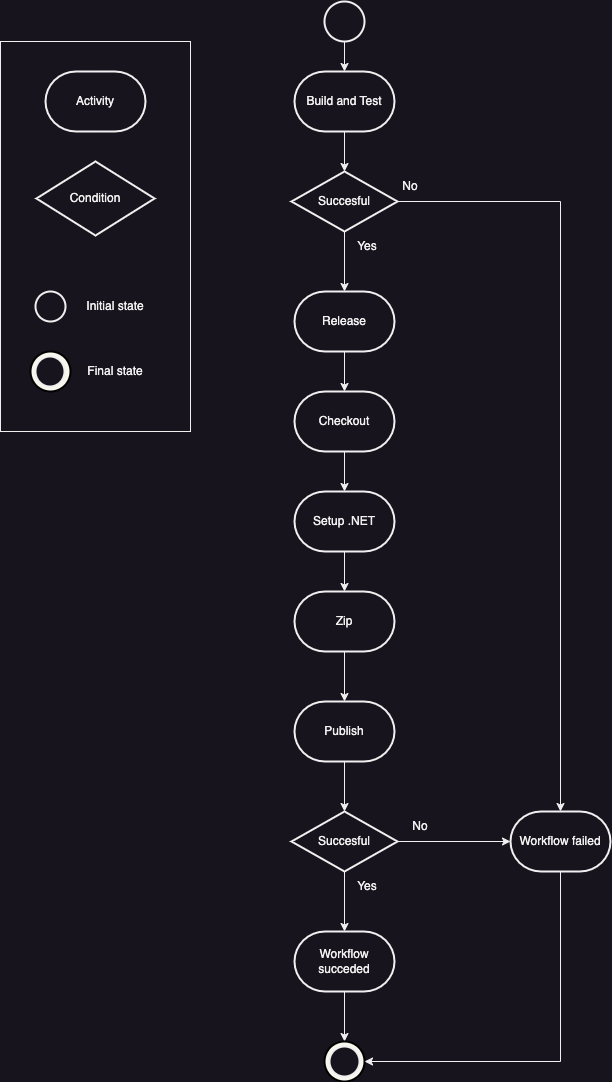
This is docs/images/Release.drawio.png from ITU-BDSA23-GROUP8/Chirp, a draw.io export, as it was before one commit. Source tidied: cells renumbered, new cells last; positions are measured from the earlier drawing's top-left corner, leaving out a move shared by most shapes. Its diagram source:
```xml
<mxGraphModel>
  <root>
    <mxCell id="0" />
    <mxCell id="1" parent="0" />
    <mxCell id="2" value="Build and Test" style="strokeWidth=2;html=1;shape=mxgraph.flowchart.terminator;whiteSpace=wrap;" parent="1" vertex="1">
      <mxGeometry x="294" y="70" width="100" height="60" as="geometry" />
    </mxCell>
    <mxCell id="3" style="edgeStyle=orthogonalEdgeStyle;rounded=0;jettySize=auto;html=1;entryX=0.5;entryY=0;entryDx=0;entryDy=0;entryPerimeter=0;" parent="1" edge="1" target="2">
      <mxGeometry relative="1" as="geometry">
        <mxPoint x="344" y="40" as="sourcePoint" />
      </mxGeometry>
    </mxCell>
    <mxCell id="4" style="edgeStyle=orthogonalEdgeStyle;rounded=0;jettySize=auto;html=1;" parent="1" edge="1" source="6" target="9">
      <mxGeometry relative="1" as="geometry" />
    </mxCell>
    <mxCell id="5" style="edgeStyle=orthogonalEdgeStyle;rounded=0;jettySize=auto;html=1;" parent="1" edge="1" source="6" target="18">
      <mxGeometry relative="1" as="geometry" />
    </mxCell>
    <mxCell id="6" value="Succesful" style="strokeWidth=2;html=1;shape=mxgraph.flowchart.decision;whiteSpace=wrap;" parent="1" vertex="1">
      <mxGeometry x="291" y="170" width="106" height="60" as="geometry" />
    </mxCell>
    <mxCell id="7" style="edgeStyle=orthogonalEdgeStyle;rounded=0;jettySize=auto;html=1;entryX=0.5;entryY=0;entryDx=0;entryDy=0;entryPerimeter=0;" parent="1" edge="1" source="2" target="6">
      <mxGeometry relative="1" as="geometry" />
    </mxCell>
    <mxCell id="8" style="edgeStyle=orthogonalEdgeStyle;rounded=0;jettySize=auto;html=1;" parent="1" edge="1" source="9" target="11">
      <mxGeometry relative="1" as="geometry" />
    </mxCell>
    <mxCell id="9" value="Release" style="strokeWidth=2;html=1;shape=mxgraph.flowchart.terminator;whiteSpace=wrap;" parent="1" vertex="1">
      <mxGeometry x="294" y="290" width="100" height="60" as="geometry" />
    </mxCell>
    <mxCell id="10" style="edgeStyle=orthogonalEdgeStyle;rounded=0;jettySize=auto;html=1;" parent="1" edge="1" source="11" target="13">
      <mxGeometry relative="1" as="geometry" />
    </mxCell>
    <mxCell id="11" value="Checkout" style="strokeWidth=2;html=1;shape=mxgraph.flowchart.terminator;whiteSpace=wrap;" parent="1" vertex="1">
      <mxGeometry x="294" y="390" width="100" height="60" as="geometry" />
    </mxCell>
    <mxCell id="12" style="edgeStyle=orthogonalEdgeStyle;rounded=0;jettySize=auto;html=1;" parent="1" edge="1" source="13" target="15">
      <mxGeometry relative="1" as="geometry" />
    </mxCell>
    <mxCell id="13" value="Setup .NET" style="strokeWidth=2;html=1;shape=mxgraph.flowchart.terminator;whiteSpace=wrap;" parent="1" vertex="1">
      <mxGeometry x="294" y="490" width="100" height="60" as="geometry" />
    </mxCell>
    <mxCell id="14" style="edgeStyle=orthogonalEdgeStyle;rounded=0;jettySize=auto;html=1;" parent="1" edge="1" source="15" target="17">
      <mxGeometry relative="1" as="geometry" />
    </mxCell>
    <mxCell id="15" value="Zip" style="strokeWidth=2;html=1;shape=mxgraph.flowchart.terminator;whiteSpace=wrap;" parent="1" vertex="1">
      <mxGeometry x="294" y="590" width="100" height="60" as="geometry" />
    </mxCell>
    <mxCell id="16" style="edgeStyle=orthogonalEdgeStyle;rounded=0;jettySize=auto;html=1;" parent="1" edge="1" source="17" target="23">
      <mxGeometry relative="1" as="geometry" />
    </mxCell>
    <mxCell id="17" value="Publish" style="strokeWidth=2;html=1;shape=mxgraph.flowchart.terminator;whiteSpace=wrap;" parent="1" vertex="1">
      <mxGeometry x="294" y="700" width="100" height="60" as="geometry" />
    </mxCell>
    <mxCell id="18" value="Workflow failed" style="strokeWidth=2;html=1;shape=mxgraph.flowchart.terminator;whiteSpace=wrap;" parent="1" vertex="1">
      <mxGeometry x="510" y="810" width="100" height="60" as="geometry" />
    </mxCell>
    <mxCell id="19" style="edgeStyle=orthogonalEdgeStyle;rounded=0;jettySize=auto;html=1;entryX=0.5;entryY=0;entryDx=0;entryDy=0;entryPerimeter=0;" parent="1" edge="1" source="20" target="25">
      <mxGeometry relative="1" as="geometry" />
    </mxCell>
    <mxCell id="20" value="Workflow succeded" style="strokeWidth=2;html=1;shape=mxgraph.flowchart.terminator;whiteSpace=wrap;" parent="1" vertex="1">
      <mxGeometry x="294" y="930" width="100" height="60" as="geometry" />
    </mxCell>
    <mxCell id="21" style="edgeStyle=orthogonalEdgeStyle;rounded=0;jettySize=auto;html=1;" parent="1" edge="1" source="23" target="20">
      <mxGeometry relative="1" as="geometry" />
    </mxCell>
    <mxCell id="22" style="edgeStyle=orthogonalEdgeStyle;rounded=0;jettySize=auto;html=1;" parent="1" edge="1" source="23" target="18">
      <mxGeometry relative="1" as="geometry" />
    </mxCell>
    <mxCell id="23" value="Succesful" style="strokeWidth=2;html=1;shape=mxgraph.flowchart.decision;whiteSpace=wrap;" parent="1" vertex="1">
      <mxGeometry x="291" y="810" width="106" height="60" as="geometry" />
    </mxCell>
    <mxCell id="24" style="strokeWidth=2;html=1;shape=mxgraph.flowchart.start_2;whiteSpace=wrap;" parent="1" vertex="1">
      <mxGeometry x="324" width="40" height="40" as="geometry" />
    </mxCell>
    <mxCell id="25" style="strokeWidth=2;html=1;shape=mxgraph.flowchart.start_2;whiteSpace=wrap;fillColor=#f9f7ed;strokeColor=#000000;" parent="1" vertex="1">
      <mxGeometry x="324" y="1040" width="40" height="40" as="geometry" />
    </mxCell>
    <mxCell id="26" style="strokeWidth=2;html=1;shape=mxgraph.flowchart.start_2;whiteSpace=wrap;" parent="1" vertex="1">
      <mxGeometry x="329" y="1045" width="30" height="30" as="geometry" />
    </mxCell>
    <mxCell id="27" style="edgeStyle=orthogonalEdgeStyle;rounded=0;jettySize=auto;html=1;entryX=1;entryY=0.5;entryDx=0;entryDy=0;entryPerimeter=0;exitX=0.5;exitY=1;exitDx=0;exitDy=0;exitPerimeter=0;" parent="1" edge="1" source="18" target="25">
      <mxGeometry relative="1" as="geometry" />
    </mxCell>
    <mxCell id="28" value="Yes" style="text;html=1;strokeColor=none;fillColor=none;align=center;verticalAlign=middle;whiteSpace=wrap;rounded=0;" parent="1" vertex="1">
      <mxGeometry x="337" y="230" width="60" height="30" as="geometry" />
    </mxCell>
    <mxCell id="29" value="Yes" style="text;html=1;strokeColor=none;fillColor=none;align=center;verticalAlign=middle;whiteSpace=wrap;rounded=0;" parent="1" vertex="1">
      <mxGeometry x="337" y="870" width="60" height="30" as="geometry" />
    </mxCell>
    <mxCell id="30" value="No" style="text;html=1;strokeColor=none;fillColor=none;align=center;verticalAlign=middle;whiteSpace=wrap;rounded=0;" parent="1" vertex="1">
      <mxGeometry x="380" y="170" width="60" height="30" as="geometry" />
    </mxCell>
    <mxCell id="31" value="No" style="text;html=1;strokeColor=none;fillColor=none;align=center;verticalAlign=middle;whiteSpace=wrap;rounded=0;" parent="1" vertex="1">
      <mxGeometry x="390" y="810" width="60" height="30" as="geometry" />
    </mxCell>
    <mxCell id="32" style="rounded=0;whiteSpace=wrap;html=1;fillColor=none;" parent="1" vertex="1">
      <mxGeometry y="40" width="190" height="390" as="geometry" />
    </mxCell>
    <mxCell id="33" value="Condition" style="strokeWidth=2;html=1;shape=mxgraph.flowchart.decision;whiteSpace=wrap;" parent="1" vertex="1">
      <mxGeometry x="35.9" y="160" width="118.1" height="74" as="geometry" />
    </mxCell>
    <mxCell id="34" style="strokeWidth=2;html=1;shape=mxgraph.flowchart.start_2;whiteSpace=wrap;" parent="1" vertex="1">
      <mxGeometry x="35" y="290" width="30" height="30" as="geometry" />
    </mxCell>
    <mxCell id="35" value="Initial state" style="text;html=1;strokeColor=none;fillColor=none;align=center;verticalAlign=middle;whiteSpace=wrap;rounded=0;" parent="1" vertex="1">
      <mxGeometry x="85" y="290" width="60" height="30" as="geometry" />
    </mxCell>
    <mxCell id="36" value="Final state" style="text;html=1;strokeColor=none;fillColor=none;align=center;verticalAlign=middle;whiteSpace=wrap;rounded=0;" parent="1" vertex="1">
      <mxGeometry x="85" y="355" width="60" height="30" as="geometry" />
    </mxCell>
    <mxCell id="37" value="Activity" style="strokeWidth=2;html=1;shape=mxgraph.flowchart.terminator;whiteSpace=wrap;" parent="1" vertex="1">
      <mxGeometry x="45" y="70" width="100" height="60" as="geometry" />
    </mxCell>
    <mxCell id="38" style="strokeWidth=2;html=1;shape=mxgraph.flowchart.start_2;whiteSpace=wrap;fillColor=#f9f7ed;strokeColor=#000000;" parent="1" vertex="1">
      <mxGeometry x="30" y="350" width="40" height="40" as="geometry" />
    </mxCell>
    <mxCell id="39" style="strokeWidth=2;html=1;shape=mxgraph.flowchart.start_2;whiteSpace=wrap;" parent="1" vertex="1">
      <mxGeometry x="35" y="355" width="29" height="30" as="geometry" />
    </mxCell>
  </root>
</mxGraphModel>
```
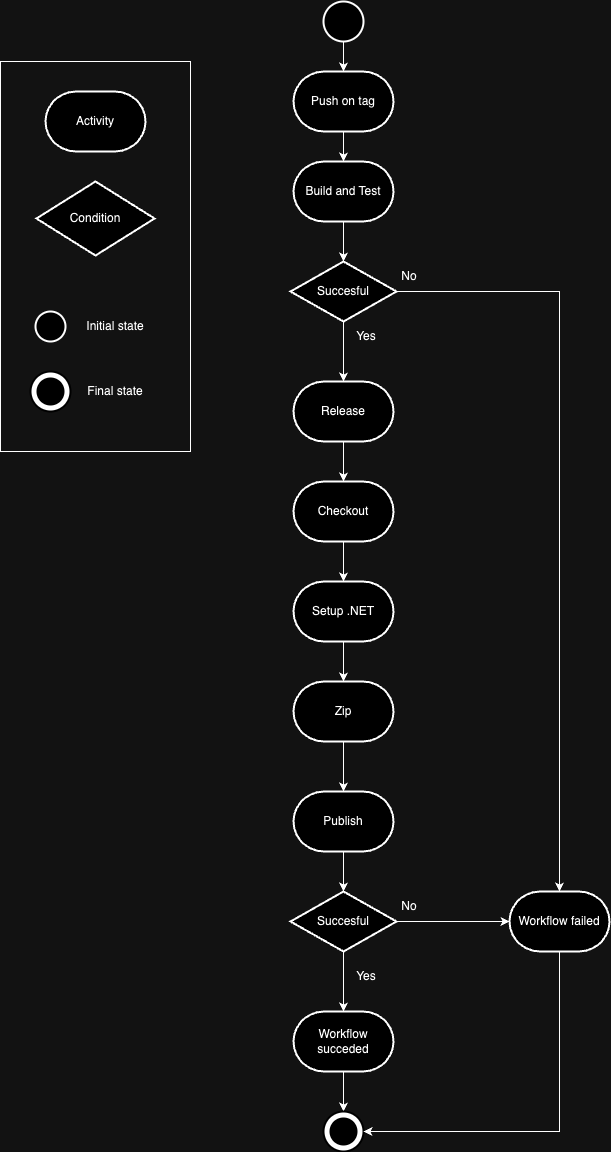
Above is the later version.

Change to the diagram source:
```diff
@@ -3,13 +3,8 @@
     <mxCell id="0" />
     <mxCell id="1" parent="0" />
     <mxCell id="2" value="Build and Test" style="strokeWidth=2;html=1;shape=mxgraph.flowchart.terminator;whiteSpace=wrap;" parent="1" vertex="1">
-      <mxGeometry x="294" y="70" width="100" height="60" as="geometry" />
+      <mxGeometry x="293" y="140" width="100" height="60" as="geometry" />
     </mxCell>
-    <mxCell id="3" style="edgeStyle=orthogonalEdgeStyle;rounded=0;jettySize=auto;html=1;entryX=0.5;entryY=0;entryDx=0;entryDy=0;entryPerimeter=0;" parent="1" edge="1" target="2">
-      <mxGeometry relative="1" as="geometry">
-        <mxPoint x="344" y="40" as="sourcePoint" />
-      </mxGeometry>
-    </mxCell>
     <mxCell id="4" style="edgeStyle=orthogonalEdgeStyle;rounded=0;jettySize=auto;html=1;" parent="1" edge="1" source="6" target="9">
       <mxGeometry relative="1" as="geometry" />
     </mxCell>
@@ -17,7 +12,7 @@
       <mxGeometry relative="1" as="geometry" />
     </mxCell>
     <mxCell id="6" value="Succesful" style="strokeWidth=2;html=1;shape=mxgraph.flowchart.decision;whiteSpace=wrap;" parent="1" vertex="1">
-      <mxGeometry x="291" y="170" width="106" height="60" as="geometry" />
+      <mxGeometry x="290" y="240" width="106" height="60" as="geometry" />
     </mxCell>
     <mxCell id="7" style="edgeStyle=orthogonalEdgeStyle;rounded=0;jettySize=auto;html=1;entryX=0.5;entryY=0;entryDx=0;entryDy=0;entryPerimeter=0;" parent="1" edge="1" source="2" target="6">
       <mxGeometry relative="1" as="geometry" />
@@ -26,40 +21,40 @@
       <mxGeometry relative="1" as="geometry" />
     </mxCell>
     <mxCell id="9" value="Release" style="strokeWidth=2;html=1;shape=mxgraph.flowchart.terminator;whiteSpace=wrap;" parent="1" vertex="1">
-      <mxGeometry x="294" y="290" width="100" height="60" as="geometry" />
+      <mxGeometry x="293" y="360" width="100" height="60" as="geometry" />
     </mxCell>
     <mxCell id="10" style="edgeStyle=orthogonalEdgeStyle;rounded=0;jettySize=auto;html=1;" parent="1" edge="1" source="11" target="13">
       <mxGeometry relative="1" as="geometry" />
     </mxCell>
     <mxCell id="11" value="Checkout" style="strokeWidth=2;html=1;shape=mxgraph.flowchart.terminator;whiteSpace=wrap;" parent="1" vertex="1">
-      <mxGeometry x="294" y="390" width="100" height="60" as="geometry" />
+      <mxGeometry x="293" y="460" width="100" height="60" as="geometry" />
     </mxCell>
     <mxCell id="12" style="edgeStyle=orthogonalEdgeStyle;rounded=0;jettySize=auto;html=1;" parent="1" edge="1" source="13" target="15">
       <mxGeometry relative="1" as="geometry" />
     </mxCell>
     <mxCell id="13" value="Setup .NET" style="strokeWidth=2;html=1;shape=mxgraph.flowchart.terminator;whiteSpace=wrap;" parent="1" vertex="1">
-      <mxGeometry x="294" y="490" width="100" height="60" as="geometry" />
+      <mxGeometry x="293" y="560" width="100" height="60" as="geometry" />
     </mxCell>
     <mxCell id="14" style="edgeStyle=orthogonalEdgeStyle;rounded=0;jettySize=auto;html=1;" parent="1" edge="1" source="15" target="17">
       <mxGeometry relative="1" as="geometry" />
     </mxCell>
     <mxCell id="15" value="Zip" style="strokeWidth=2;html=1;shape=mxgraph.flowchart.terminator;whiteSpace=wrap;" parent="1" vertex="1">
-      <mxGeometry x="294" y="590" width="100" height="60" as="geometry" />
+      <mxGeometry x="293" y="660" width="100" height="60" as="geometry" />
     </mxCell>
     <mxCell id="16" style="edgeStyle=orthogonalEdgeStyle;rounded=0;jettySize=auto;html=1;" parent="1" edge="1" source="17" target="23">
       <mxGeometry relative="1" as="geometry" />
     </mxCell>
     <mxCell id="17" value="Publish" style="strokeWidth=2;html=1;shape=mxgraph.flowchart.terminator;whiteSpace=wrap;" parent="1" vertex="1">
-      <mxGeometry x="294" y="700" width="100" height="60" as="geometry" />
+      <mxGeometry x="293" y="770" width="100" height="60" as="geometry" />
     </mxCell>
     <mxCell id="18" value="Workflow failed" style="strokeWidth=2;html=1;shape=mxgraph.flowchart.terminator;whiteSpace=wrap;" parent="1" vertex="1">
-      <mxGeometry x="510" y="810" width="100" height="60" as="geometry" />
+      <mxGeometry x="509" y="870" width="100" height="60" as="geometry" />
     </mxCell>
     <mxCell id="19" style="edgeStyle=orthogonalEdgeStyle;rounded=0;jettySize=auto;html=1;entryX=0.5;entryY=0;entryDx=0;entryDy=0;entryPerimeter=0;" parent="1" edge="1" source="20" target="25">
       <mxGeometry relative="1" as="geometry" />
     </mxCell>
     <mxCell id="20" value="Workflow succeded" style="strokeWidth=2;html=1;shape=mxgraph.flowchart.terminator;whiteSpace=wrap;" parent="1" vertex="1">
-      <mxGeometry x="294" y="930" width="100" height="60" as="geometry" />
+      <mxGeometry x="293" y="990" width="100" height="60" as="geometry" />
     </mxCell>
     <mxCell id="21" style="edgeStyle=orthogonalEdgeStyle;rounded=0;jettySize=auto;html=1;" parent="1" edge="1" source="23" target="20">
       <mxGeometry relative="1" as="geometry" />
@@ -68,31 +63,34 @@
       <mxGeometry relative="1" as="geometry" />
     </mxCell>
     <mxCell id="23" value="Succesful" style="strokeWidth=2;html=1;shape=mxgraph.flowchart.decision;whiteSpace=wrap;" parent="1" vertex="1">
-      <mxGeometry x="291" y="810" width="106" height="60" as="geometry" />
+      <mxGeometry x="290" y="870" width="106" height="60" as="geometry" />
     </mxCell>
+    <mxCell id="40" style="edgeStyle=orthogonalEdgeStyle;rounded=0;jettySize=auto;html=1;" parent="1" edge="1" source="24" target="42">
+      <mxGeometry relative="1" as="geometry" />
+    </mxCell>
     <mxCell id="24" style="strokeWidth=2;html=1;shape=mxgraph.flowchart.start_2;whiteSpace=wrap;" parent="1" vertex="1">
-      <mxGeometry x="324" width="40" height="40" as="geometry" />
+      <mxGeometry x="323" y="-20" width="40" height="40" as="geometry" />
     </mxCell>
-    <mxCell id="25" style="strokeWidth=2;html=1;shape=mxgraph.flowchart.start_2;whiteSpace=wrap;fillColor=#f9f7ed;strokeColor=#000000;" parent="1" vertex="1">
-      <mxGeometry x="324" y="1040" width="40" height="40" as="geometry" />
+    <mxCell id="25" style="strokeWidth=2;html=1;shape=mxgraph.flowchart.start_2;whiteSpace=wrap;fillColor=#000000;strokeColor=#FFFFFF;" parent="1" vertex="1">
+      <mxGeometry x="323" y="1090" width="40" height="40" as="geometry" />
     </mxCell>
     <mxCell id="26" style="strokeWidth=2;html=1;shape=mxgraph.flowchart.start_2;whiteSpace=wrap;" parent="1" vertex="1">
-      <mxGeometry x="329" y="1045" width="30" height="30" as="geometry" />
+      <mxGeometry x="328" y="1095" width="30" height="30" as="geometry" />
     </mxCell>
     <mxCell id="27" style="edgeStyle=orthogonalEdgeStyle;rounded=0;jettySize=auto;html=1;entryX=1;entryY=0.5;entryDx=0;entryDy=0;entryPerimeter=0;exitX=0.5;exitY=1;exitDx=0;exitDy=0;exitPerimeter=0;" parent="1" edge="1" source="18" target="25">
       <mxGeometry relative="1" as="geometry" />
     </mxCell>
     <mxCell id="28" value="Yes" style="text;html=1;strokeColor=none;fillColor=none;align=center;verticalAlign=middle;whiteSpace=wrap;rounded=0;" parent="1" vertex="1">
-      <mxGeometry x="337" y="230" width="60" height="30" as="geometry" />
+      <mxGeometry x="336" y="300" width="60" height="30" as="geometry" />
     </mxCell>
     <mxCell id="29" value="Yes" style="text;html=1;strokeColor=none;fillColor=none;align=center;verticalAlign=middle;whiteSpace=wrap;rounded=0;" parent="1" vertex="1">
-      <mxGeometry x="337" y="870" width="60" height="30" as="geometry" />
+      <mxGeometry x="336" y="940" width="60" height="30" as="geometry" />
     </mxCell>
     <mxCell id="30" value="No" style="text;html=1;strokeColor=none;fillColor=none;align=center;verticalAlign=middle;whiteSpace=wrap;rounded=0;" parent="1" vertex="1">
-      <mxGeometry x="380" y="170" width="60" height="30" as="geometry" />
+      <mxGeometry x="379" y="240" width="60" height="30" as="geometry" />
     </mxCell>
     <mxCell id="31" value="No" style="text;html=1;strokeColor=none;fillColor=none;align=center;verticalAlign=middle;whiteSpace=wrap;rounded=0;" parent="1" vertex="1">
-      <mxGeometry x="390" y="810" width="60" height="30" as="geometry" />
+      <mxGeometry x="379" y="870" width="60" height="30" as="geometry" />
     </mxCell>
     <mxCell id="32" style="rounded=0;whiteSpace=wrap;html=1;fillColor=none;" parent="1" vertex="1">
       <mxGeometry y="40" width="190" height="390" as="geometry" />
@@ -112,11 +110,17 @@
     <mxCell id="37" value="Activity" style="strokeWidth=2;html=1;shape=mxgraph.flowchart.terminator;whiteSpace=wrap;" parent="1" vertex="1">
       <mxGeometry x="45" y="70" width="100" height="60" as="geometry" />
     </mxCell>
-    <mxCell id="38" style="strokeWidth=2;html=1;shape=mxgraph.flowchart.start_2;whiteSpace=wrap;fillColor=#f9f7ed;strokeColor=#000000;" parent="1" vertex="1">
-      <mxGeometry x="30" y="350" width="40" height="40" as="geometry" />
-    </mxCell>
-    <mxCell id="39" style="strokeWidth=2;html=1;shape=mxgraph.flowchart.start_2;whiteSpace=wrap;" parent="1" vertex="1">
-      <mxGeometry x="35" y="355" width="29" height="30" as="geometry" />
-    </mxCell>
+    <mxCell id="41" style="edgeStyle=orthogonalEdgeStyle;rounded=0;jettySize=auto;html=1;" parent="1" edge="1" source="42" target="2">
+      <mxGeometry relative="1" as="geometry" />
+    </mxCell>
+    <mxCell id="42" value="Push on tag" style="strokeWidth=2;html=1;shape=mxgraph.flowchart.terminator;whiteSpace=wrap;" parent="1" vertex="1">
+      <mxGeometry x="293" y="50" width="100" height="60" as="geometry" />
+    </mxCell>
+    <mxCell id="43" style="strokeWidth=2;html=1;shape=mxgraph.flowchart.start_2;whiteSpace=wrap;fillColor=#000000;strokeColor=#FFFFFF;" parent="1" vertex="1">
+      <mxGeometry x="30" y="350" width="40" height="40" as="geometry" />
+    </mxCell>
+    <mxCell id="44" style="strokeWidth=2;html=1;shape=mxgraph.flowchart.start_2;whiteSpace=wrap;" parent="1" vertex="1">
+      <mxGeometry x="35" y="355" width="30" height="30" as="geometry" />
+    </mxCell>
   </root>
 </mxGraphModel>
```
